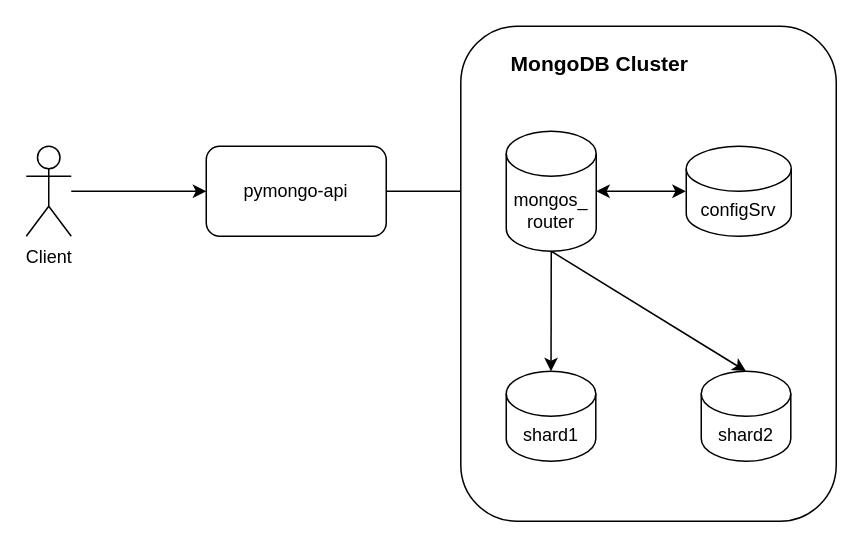
The draw.io diagram page "step-1" (2 of 5) of Task1-drawio/task1.drawio in afakhrieva/architecture-pro-black_friday, before the edit. Source tidied: cells renumbered, new cells numbered last; positions are measured from the earlier drawing's top-left corner, leaving out a move shared by most shapes. Both pictures are drawn from the tidied source at 150%, with x=0, y=0 at pixel (26, 26).
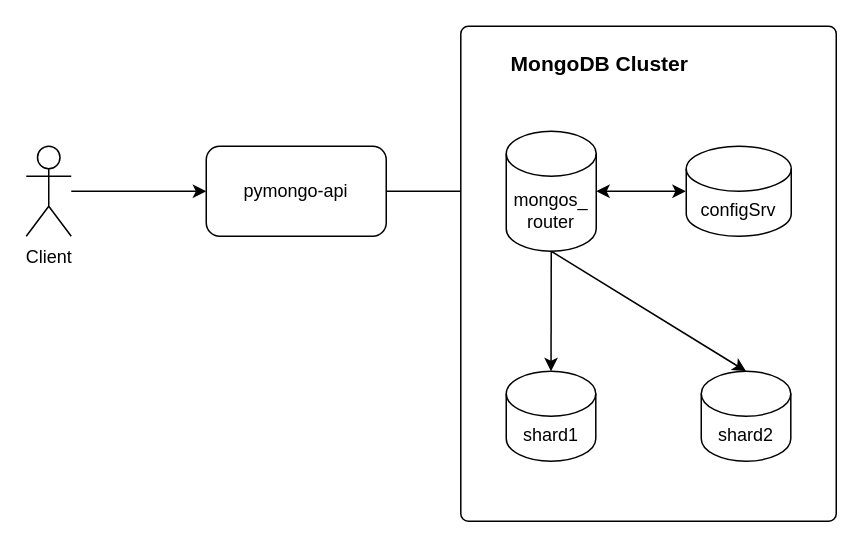
After the change.

Diff of the diagram source:
```diff
@@
 <mxGraphModel>
   <root>
     <mxCell id="0" />
     <mxCell id="1" parent="0" />
     <mxCell id="2" value="pymongo-api" style="rounded=1;whiteSpace=wrap;html=1;" parent="1" vertex="1">
       <mxGeometry x="120" y="80" width="120" height="60" as="geometry" />
     </mxCell>
     <mxCell id="3" style="edgeStyle=orthogonalEdgeStyle;rounded=0;jettySize=auto;html=1;" parent="1" edge="1" source="4" target="2">
       <mxGeometry relative="1" as="geometry" />
     </mxCell>
     <mxCell id="4" value="Client" style="shape=umlActor;verticalLabelPosition=bottom;verticalAlign=top;html=1;outlineConnect=0;" parent="1" vertex="1">
       <mxGeometry y="80" width="30" height="60" as="geometry" />
     </mxCell>
     <mxCell id="5" style="edgeStyle=orthogonalEdgeStyle;rounded=0;jettySize=auto;html=1;exitX=1;exitY=0.5;exitDx=0;exitDy=0;entryX=0;entryY=0.5;entryDx=0;entryDy=0;entryPerimeter=0;" parent="1" edge="1" source="2" target="7">
       <mxGeometry relative="1" as="geometry" />
     </mxCell>
-    <mxCell id="6" style="rounded=1;whiteSpace=wrap;html=1;" parent="1" vertex="1">
+    <mxCell id="6" style="rounded=1;whiteSpace=wrap;html=1;arcSize=2;" parent="1" vertex="1">
       <mxGeometry x="289.7" width="250.3" height="330" as="geometry" />
     </mxCell>
     <mxCell id="7" value="mongos_&lt;br&gt;router" style="shape=cylinder3;whiteSpace=wrap;html=1;boundedLbl=1;backgroundOutline=1;size=15;" parent="1" vertex="1">
       <mxGeometry x="320" y="70" width="60" height="80" as="geometry" />
     </mxCell>
     <mxCell id="8" style="endArrow=classic;startArrow=classic;html=1;rounded=0;exitX=1;exitY=0.5;exitDx=0;exitDy=0;exitPerimeter=0;entryX=0;entryY=0.5;entryDx=0;entryDy=0;" parent="1" edge="1" source="7">
       <mxGeometry relative="1" as="geometry">
         <mxPoint x="439.7" y="110" as="targetPoint" />
       </mxGeometry>
     </mxCell>
     <mxCell id="9" value="shard1" style="shape=cylinder3;whiteSpace=wrap;html=1;boundedLbl=1;backgroundOutline=1;size=15;" parent="1" vertex="1">
       <mxGeometry x="320" y="230" width="59.7" height="60" as="geometry" />
     </mxCell>
     <mxCell id="10" value="shard2" style="shape=cylinder3;whiteSpace=wrap;html=1;boundedLbl=1;backgroundOutline=1;size=15;" parent="1" vertex="1">
       <mxGeometry x="450" y="230" width="59.7" height="60" as="geometry" />
     </mxCell>
     <mxCell id="11" style="endArrow=classic;html=1;rounded=0;exitX=0.5;exitY=1;exitDx=0;exitDy=0;exitPerimeter=0;entryX=0.5;entryY=0;entryDx=0;entryDy=0;entryPerimeter=0;" parent="1" edge="1" source="7" target="9">
       <mxGeometry relative="1" as="geometry" />
     </mxCell>
     <mxCell id="12" style="endArrow=classic;html=1;rounded=0;exitX=0.5;exitY=1;exitDx=0;exitDy=0;exitPerimeter=0;entryX=0.5;entryY=0;entryDx=0;entryDy=0;entryPerimeter=0;" parent="1" edge="1" source="7" target="10">
       <mxGeometry relative="1" as="geometry" />
     </mxCell>
     <mxCell id="13" value="MongoDB Cluster" style="text;html=1;whiteSpace=wrap;strokeColor=none;fillColor=none;align=center;verticalAlign=middle;rounded=0;fontSize=14;fontStyle=1;" parent="1" vertex="1">
       <mxGeometry x="315" y="10" width="135" height="30" as="geometry" />
     </mxCell>
     <mxCell id="14" value="configSrv" style="shape=cylinder3;whiteSpace=wrap;html=1;boundedLbl=1;backgroundOutline=1;size=15;" parent="1" vertex="1">
       <mxGeometry x="440" y="80" width="70" height="60" as="geometry" />
     </mxCell>
   </root>
 </mxGraphModel>
```
